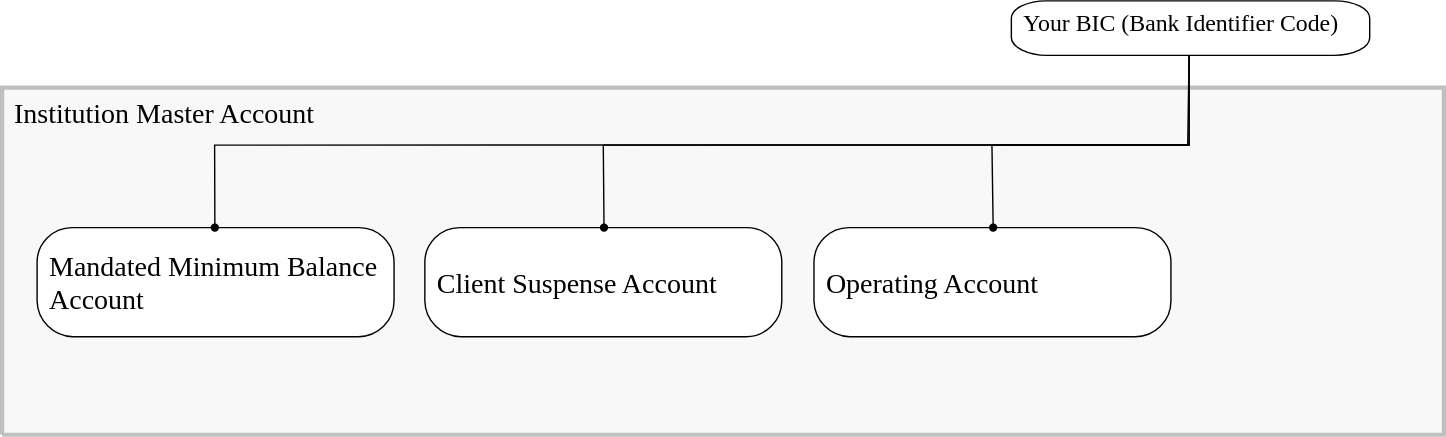
Earlier version of the draw.io export static/assets/images/accounts-eu-day-1.svg (clearbank/clearbank.github.io). Source tidied: cells renumbered, new cells last; positions are measured from the earlier drawing's top-left corner, leaving out a move shared by most shapes.
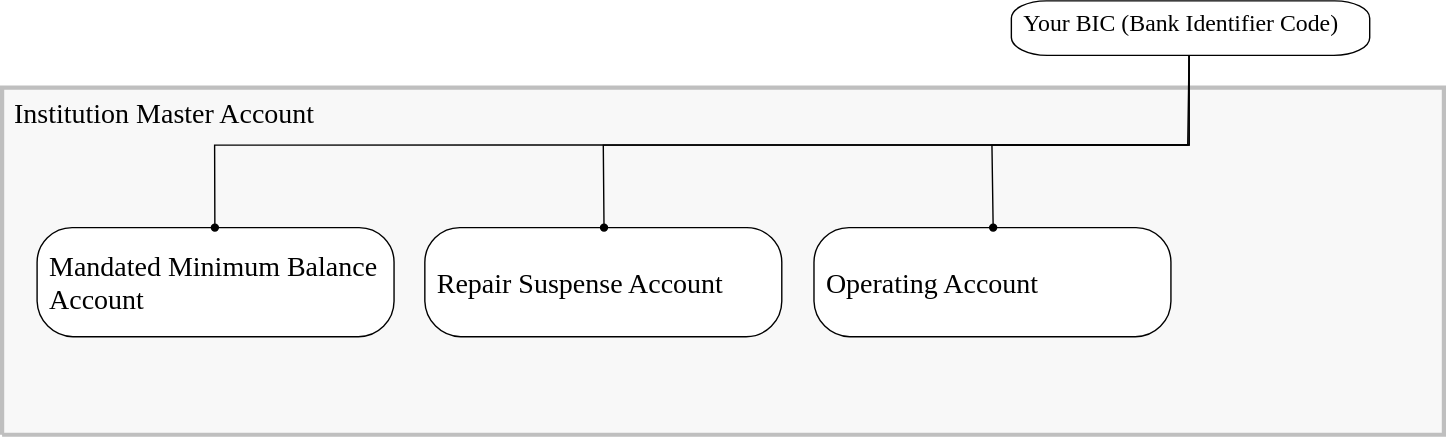
Above is the later version.

Diff of the diagram source:
```diff
@@ -8,7 +8,7 @@
     <mxCell id="3" value="&lt;div style=&quot;font-size: 20px;&quot;&gt;&lt;p style=&quot;margin: 0px; text-indent: 0px; direction: ltr; font-size: 20px;&quot;&gt;&lt;font style=&quot;font-size: 20px; color: rgb(0, 0, 0); direction: ltr; letter-spacing: 0px; line-height: 120%; opacity: 1;&quot;&gt;&lt;span style=&quot;font-size: 20px;&quot;&gt;&lt;font face=&quot;Clear Sans Display&quot; style=&quot;font-size: 20px;&quot;&gt;Mandated Minimum Balance Account&lt;/font&gt;&lt;br style=&quot;font-size: 20px;&quot;&gt;&lt;/span&gt;&lt;/font&gt;&lt;/p&gt;&lt;/div&gt;" style="verticalAlign=middle;align=left;vsdxID=1;fillColor=#ffffff;gradientColor=none;shape=(stored shape, 328 characters);strokeColor=#000000;points=[[1,0.5,0],[0.5,0.5,0],[0.5,0,0],[0.03,0.1,0],[0.97,0.1,0],[0.03,0.9,0],[0.97,0.9,0]];labelBackgroundColor=none;rounded=0;html=1;whiteSpace=wrap;fontFamily=Clear Sans Text;fontStyle=0;spacingLeft=7;fontSize=20;" parent="1" vertex="1">
       <mxGeometry x="25" y="162" width="255" height="78" as="geometry" />
     </mxCell>
-    <mxCell id="4" value="&lt;div style=&quot;font-size: 20px;&quot;&gt;&lt;p style=&quot;margin: 0px; text-indent: 0px; direction: ltr; font-size: 20px;&quot;&gt;&lt;font style=&quot;font-size: 20px; color: rgb(0, 0, 0); direction: ltr; letter-spacing: 0px; line-height: 120%; opacity: 1;&quot;&gt;&lt;font face=&quot;Clear Sans Display&quot; style=&quot;font-size: 20px;&quot;&gt;Client Suspense Account&lt;/font&gt;&lt;br style=&quot;font-size: 20px;&quot;&gt;&lt;/font&gt;&lt;/p&gt;&lt;/div&gt;" style="verticalAlign=middle;align=left;vsdxID=3;fillColor=#ffffff;gradientColor=none;shape=(stored shape, 328 characters);strokeColor=#000000;points=[[1,0.5,0],[0.5,0.5,0],[0.5,0,0],[0.03,0.1,0],[0.97,0.1,0],[0.03,0.9,0],[0.97,0.9,0]];labelBackgroundColor=none;rounded=0;html=1;whiteSpace=wrap;fontFamily=Clear Sans Text;fontStyle=0;spacingLeft=7;fontSize=20;" parent="1" vertex="1">
+    <mxCell id="4" value="&lt;div style=&quot;font-size: 20px;&quot;&gt;&lt;p style=&quot;margin: 0px; text-indent: 0px; direction: ltr; font-size: 20px;&quot;&gt;&lt;font style=&quot;font-size: 20px; color: rgb(0, 0, 0); direction: ltr; letter-spacing: 0px; line-height: 120%; opacity: 1;&quot;&gt;&lt;font face=&quot;Clear Sans Display&quot; style=&quot;font-size: 20px;&quot;&gt;Repair Suspense Account&lt;/font&gt;&lt;br style=&quot;font-size: 20px;&quot;&gt;&lt;/font&gt;&lt;/p&gt;&lt;/div&gt;" style="verticalAlign=middle;align=left;vsdxID=3;fillColor=#ffffff;gradientColor=none;shape=(stored shape, 328 characters);strokeColor=#000000;points=[[1,0.5,0],[0.5,0.5,0],[0.5,0,0],[0.03,0.1,0],[0.97,0.1,0],[0.03,0.9,0],[0.97,0.9,0]];labelBackgroundColor=none;rounded=0;html=1;whiteSpace=wrap;fontFamily=Clear Sans Text;fontStyle=0;spacingLeft=7;fontSize=20;" parent="1" vertex="1">
       <mxGeometry x="302" y="162" width="255" height="78" as="geometry" />
     </mxCell>
     <mxCell id="5" value="&lt;div style=&quot;font-size: 20px;&quot;&gt;&lt;p style=&quot;margin: 0px; text-indent: 0px; direction: ltr; font-size: 20px;&quot;&gt;&lt;font style=&quot;font-size: 20px; color: rgb(0, 0, 0); direction: ltr; letter-spacing: 0px; line-height: 120%; opacity: 1;&quot;&gt;&lt;span style=&quot;font-size: 20px;&quot;&gt;&lt;font face=&quot;Clear Sans Display&quot; style=&quot;font-size: 20px;&quot;&gt;Operating Account&lt;/font&gt;&lt;/span&gt;&lt;/font&gt;&lt;/p&gt;&lt;/div&gt;" style="verticalAlign=middle;align=left;vsdxID=4;fillColor=#ffffff;gradientColor=none;shape=(stored shape, 328 characters);strokeColor=#000000;points=[[1,0.5,0],[0.5,0.5,0],[0.5,0,0],[0.03,0.1,0],[0.97,0.1,0],[0.03,0.9,0],[0.97,0.9,0]];labelBackgroundColor=none;rounded=0;html=1;whiteSpace=wrap;fontFamily=Clear Sans Text;fontStyle=0;spacingLeft=7;fontSize=20;" parent="1" vertex="1">
```
